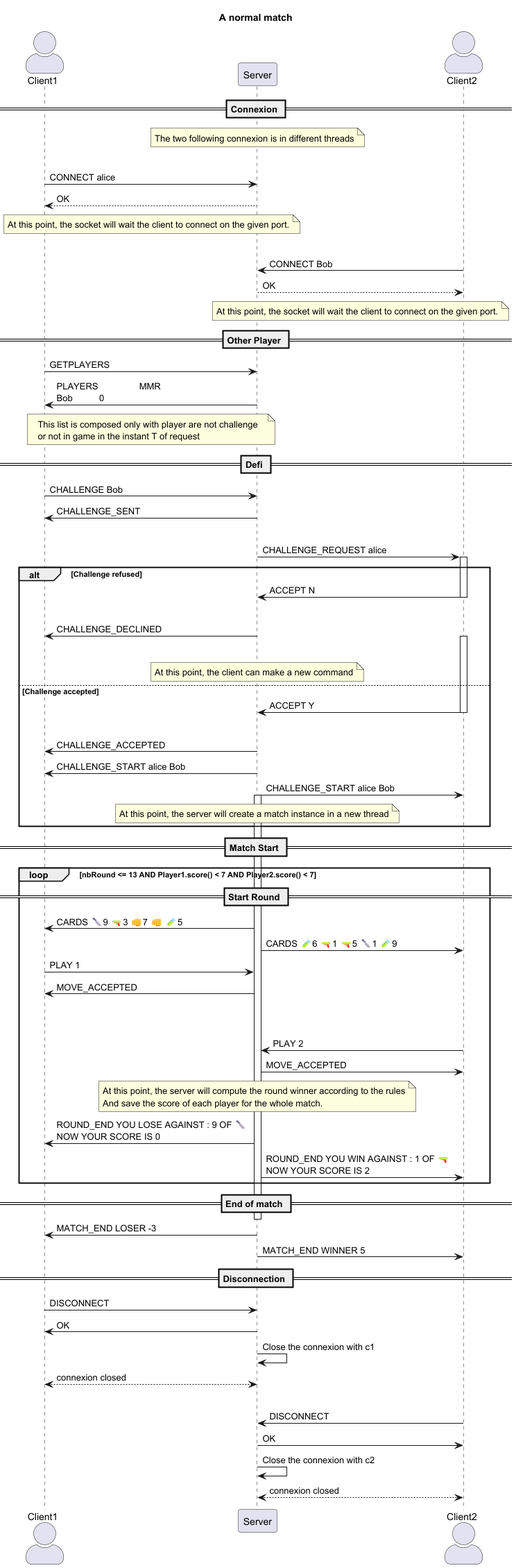
Above: Documents/protocol_digrams/card-jitSUS-normal-match.png in Ischi-Leyre/dai-pw2-card-jitSUS (PlantUML), before the change.
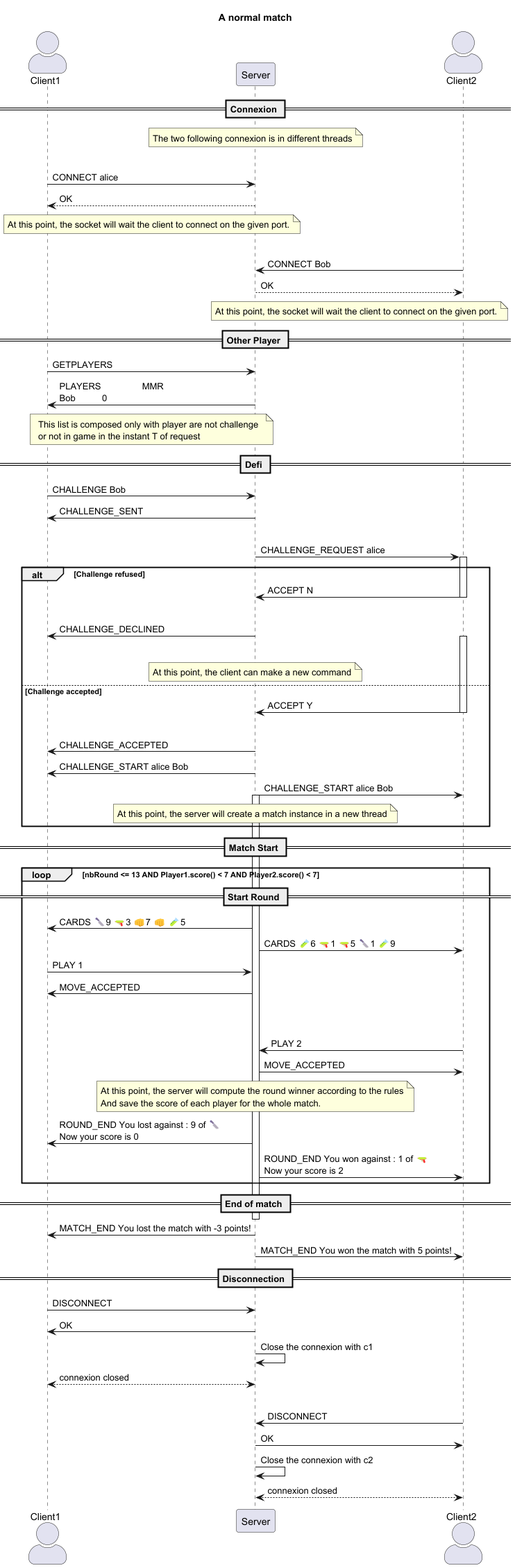
Later version of the same file.

Diff of the diagram source:
```diff
@@ -84,14 +84,14 @@
     At this point, the server will compute the round winner according to the rules
     And save the score of each player for the whole match.
 endnote
-    s -> c1 : ROUND_END YOU LOSE AGAINST : 9 OF 🔪 \nNOW YOUR SCORE IS 0
-    s -> c2 : ROUND_END YOU WIN AGAINST : 1 OF 🔫 \nNOW YOUR SCORE IS 2
+    s -> c1 : ROUND_END You lost against : 9 of 🔪 \nNow your score is 0
+    s -> c2 : ROUND_END You won against : 1 of 🔫 \nNow your score is 2
     end
 
 == End of match ==
 deactivate s
-s -> c1 : MATCH_END LOSER -3
-s -> c2 : MATCH_END WINNER 5
+s -> c1 : MATCH_END You lost the match with -3 points!
+s -> c2 : MATCH_END You won the match with 5 points!
 
 == Disconnection ==
 c1 -> s : DISCONNECT
```
